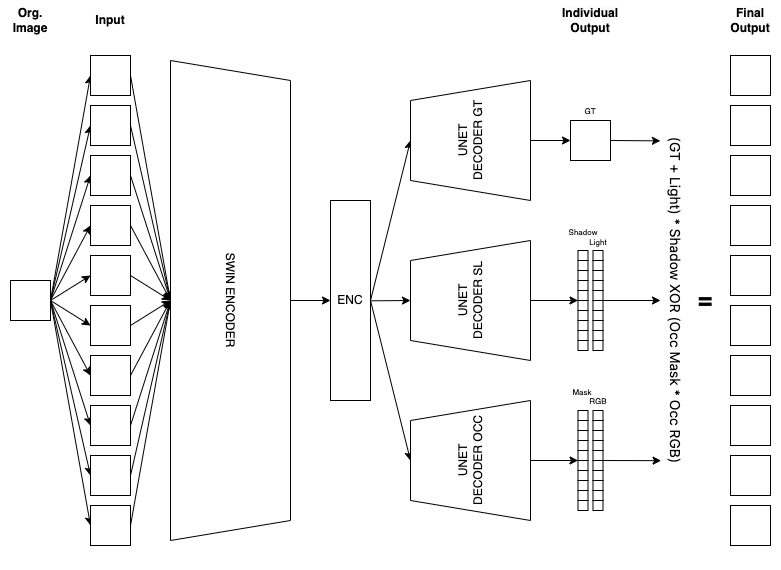
Before: reports/figures/3-Advanced_Decomposition_Learning/network.png, a diagram exported from draw.io (timherzig/decomposition_learning). Source tidied: cells renumbered, new cells last; positions are measured from the earlier drawing's top-left corner, leaving out a move shared by most shapes.
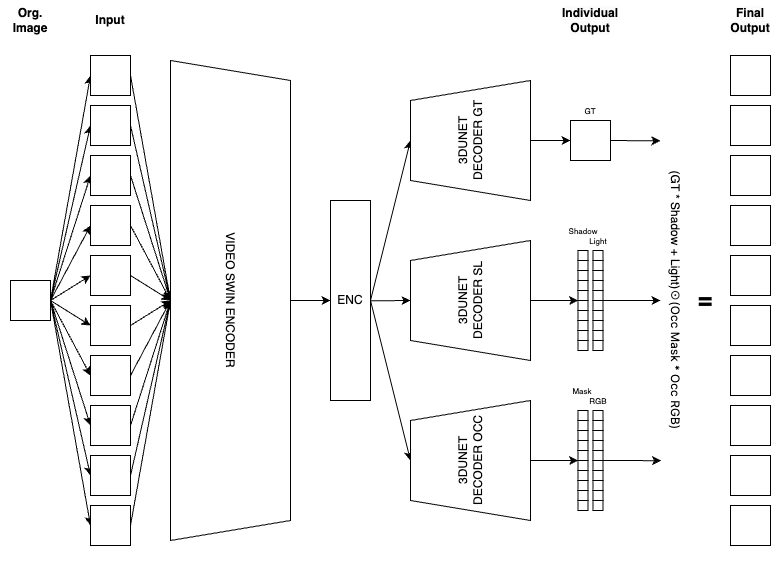
Later version of the same file.

The edit, as a diff of the source:
```diff
@@ -362,19 +362,19 @@
     <mxCell id="104" value="&lt;font style=&quot;font-size: 8px;&quot;&gt;RGB&lt;/font&gt;" style="text;html=1;strokeColor=none;fillColor=none;align=center;verticalAlign=middle;whiteSpace=wrap;rounded=0;" parent="1" vertex="1">
       <mxGeometry x="602.5" y="395" width="10" height="10" as="geometry" />
     </mxCell>
-    <mxCell id="105" value="SWIN ENCODER" style="shape=trapezoid;perimeter=trapezoidPerimeter;whiteSpace=wrap;fixedSize=1;fontSize=12;rotation=90;html=1;" parent="1" vertex="1">
+    <mxCell id="105" value="VIDEO SWIN ENCODER" style="shape=trapezoid;perimeter=trapezoidPerimeter;whiteSpace=wrap;fixedSize=1;fontSize=12;rotation=90;html=1;" parent="1" vertex="1">
       <mxGeometry y="240" width="480" height="120" as="geometry" />
     </mxCell>
-    <mxCell id="106" value="UNET&lt;br&gt;DECODER GT" style="shape=trapezoid;perimeter=trapezoidPerimeter;whiteSpace=wrap;html=1;fixedSize=1;fontSize=12;rotation=-90;" parent="1" vertex="1">
+    <mxCell id="106" value="3DUNET&lt;br&gt;DECODER GT" style="shape=trapezoid;perimeter=trapezoidPerimeter;whiteSpace=wrap;html=1;fixedSize=1;fontSize=12;rotation=-90;" parent="1" vertex="1">
       <mxGeometry x="420" y="80" width="120" height="120" as="geometry" />
     </mxCell>
-    <mxCell id="107" value="UNET&lt;br&gt;DECODER SL" style="shape=trapezoid;perimeter=trapezoidPerimeter;whiteSpace=wrap;html=1;fixedSize=1;fontSize=12;rotation=-90;" parent="1" vertex="1">
+    <mxCell id="107" value="3DUNET&lt;br&gt;DECODER SL" style="shape=trapezoid;perimeter=trapezoidPerimeter;whiteSpace=wrap;html=1;fixedSize=1;fontSize=12;rotation=-90;" parent="1" vertex="1">
       <mxGeometry x="420" y="240" width="120" height="120" as="geometry" />
     </mxCell>
-    <mxCell id="108" value="UNET&lt;br&gt;DECODER OCC" style="shape=trapezoid;perimeter=trapezoidPerimeter;whiteSpace=wrap;html=1;fixedSize=1;fontSize=12;rotation=-90;" parent="1" vertex="1">
+    <mxCell id="108" value="3DUNET&lt;br&gt;DECODER OCC" style="shape=trapezoid;perimeter=trapezoidPerimeter;whiteSpace=wrap;html=1;fixedSize=1;fontSize=12;rotation=-90;" parent="1" vertex="1">
       <mxGeometry x="420" y="400" width="120" height="120" as="geometry" />
     </mxCell>
-    <mxCell id="109" value="&lt;span style=&quot;font-family: -apple-system, &amp;quot;system-ui&amp;quot;, &amp;quot;Segoe WPC&amp;quot;, &amp;quot;Segoe UI&amp;quot;, system-ui, Ubuntu, &amp;quot;Droid Sans&amp;quot;, sans-serif; font-size: 14px; text-align: left;&quot;&gt;(GT + Light) * Shadow XOR (Occ Mask * Occ RGB)&lt;/span&gt;" style="text;html=1;strokeColor=none;fillColor=none;align=center;verticalAlign=middle;whiteSpace=wrap;rounded=0;fontSize=12;rotation=90;" parent="1" vertex="1">
+    <mxCell id="109" value="&lt;font style=&quot;&quot;&gt;(GT *&lt;span style=&quot;text-align: left; background-color: initial;&quot;&gt;&lt;span style=&quot;font-size: 11px;&quot;&gt;&amp;nbsp;&lt;/span&gt;&lt;/span&gt;&lt;/font&gt;&lt;font style=&quot;&quot;&gt;&lt;font style=&quot;font-size: 12px;&quot;&gt;Shadow + Light)&lt;span style=&quot;color: rgb(32, 33, 34); font-weight: bold; text-align: left; background-color: initial;&quot;&gt;☉&lt;/span&gt;&lt;/font&gt;&lt;span style=&quot;font-size: 12px; font-family: -apple-system, &amp;quot;system-ui&amp;quot;, &amp;quot;Segoe WPC&amp;quot;, &amp;quot;Segoe UI&amp;quot;, system-ui, Ubuntu, &amp;quot;Droid Sans&amp;quot;, sans-serif; text-align: left;&quot;&gt;&lt;font style=&quot;font-size: 12px;&quot;&gt;(Occ Mask * Occ RGB)&lt;/font&gt;&lt;/span&gt;&lt;/font&gt;" style="text;html=1;strokeColor=none;fillColor=none;align=center;verticalAlign=middle;whiteSpace=wrap;rounded=0;fontSize=12;rotation=90;" parent="1" vertex="1">
       <mxGeometry x="416.2" y="285" width="537.5" height="30" as="geometry" />
     </mxCell>
     <mxCell id="110" value="&lt;b&gt;&lt;font style=&quot;font-size: 24px;&quot;&gt;=&lt;/font&gt;&lt;/b&gt;" style="text;html=1;strokeColor=none;fillColor=none;align=center;verticalAlign=middle;whiteSpace=wrap;rounded=0;fontSize=12;fontColor=#000000;" parent="1" vertex="1">
```
